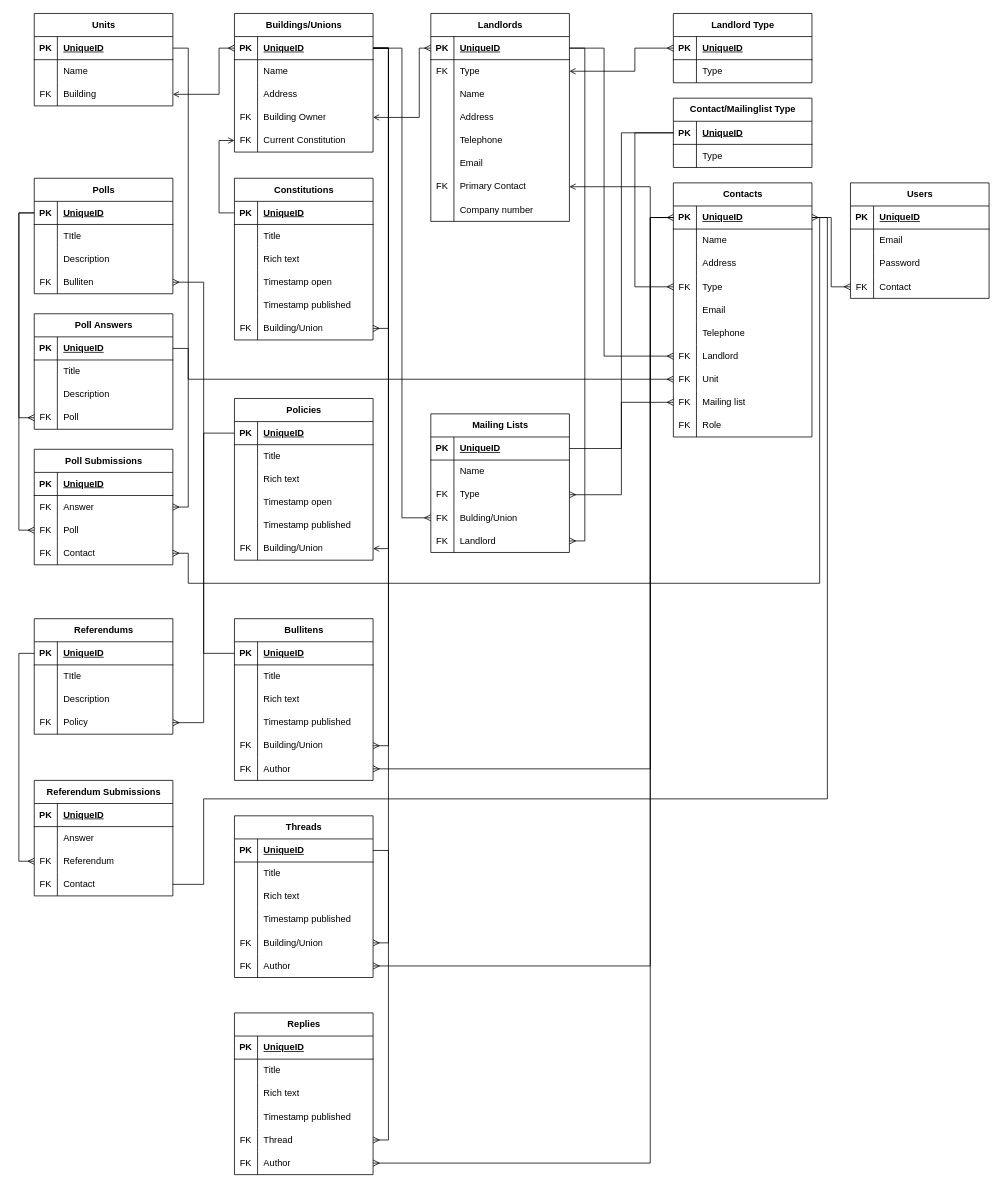
This is docs/architecture/Entity Diagram.drawio from IslayAnderson/untitled-unionisation-platform, a draw.io file, before an edit. Source tidied: cells renumbered, new cells numbered last; positions are measured from the earlier drawing's top-left corner, leaving out a move shared by most shapes. Both pictures are drawn from the tidied source at 77%, with x=0, y=0 at pixel (34, 13).
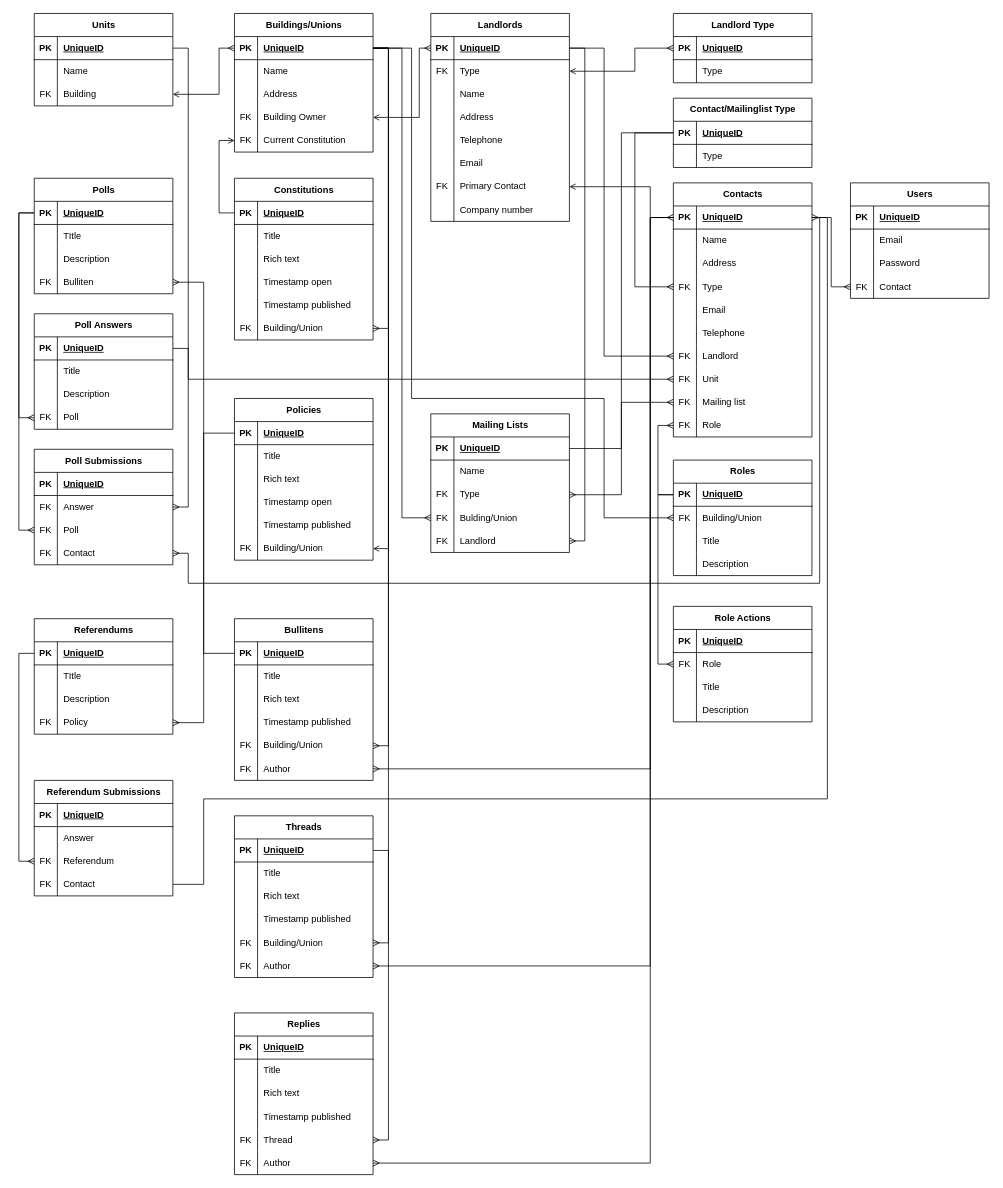
After the change.

Commit message:
roles tables

The change refers to these unchanged cells:
```xml
<mxCell id="3" style="shape=tableRow;horizontal=0;startSize=0;swimlaneHead=0;swimlaneBody=0;fillColor=none;points=[[0,0.5],[1,0.5]];portConstraint=eastwest;top=0;left=0;right=0;bottom=1;" parent="2" vertex="1">
  <mxGeometry y="30" width="180" height="30" as="geometry" />
</mxCell>
<mxCell id="71" style="shape=tableRow;horizontal=0;startSize=0;swimlaneHead=0;swimlaneBody=0;fillColor=none;points=[[0,0.5],[1,0.5]];portConstraint=eastwest;top=0;left=0;right=0;bottom=0;" parent="43" vertex="1">
  <mxGeometry y="300" width="180" height="30" as="geometry" />
</mxCell>
```

Diff of the diagram source:
```diff
@@
+    <mxCell id="316" value="Roles" style="shape=table;startSize=30;childLayout=tableLayout;rowLines=0;fontStyle=1;align=center;html=1;" parent="1" vertex="1">
+      <mxGeometry x="830" y="580" width="180" height="150" as="geometry" />
+    </mxCell>
+    <mxCell id="317" style="shape=tableRow;horizontal=0;startSize=0;swimlaneHead=0;swimlaneBody=0;fillColor=none;points=[[0,0.5],[1,0.5]];portConstraint=eastwest;top=0;left=0;right=0;bottom=1;" parent="316" vertex="1">
+      <mxGeometry y="30" width="180" height="30" as="geometry" />
+    </mxCell>
+    <mxCell id="318" value="PK" style="shape=partialRectangle;fillColor=none;top=0;left=0;bottom=0;right=0;fontStyle=1;overflow=hidden;whiteSpace=wrap;html=1;" parent="317" vertex="1">
+      <mxGeometry width="30" height="30" as="geometry" />
+    </mxCell>
+    <mxCell id="319" value="UniqueID" style="shape=partialRectangle;fillColor=none;top=0;left=0;bottom=0;right=0;align=left;spacingLeft=6;fontStyle=5;overflow=hidden;whiteSpace=wrap;html=1;" parent="317" vertex="1">
+      <mxGeometry x="30" width="150" height="30" as="geometry" />
+    </mxCell>
+    <mxCell id="320" style="shape=tableRow;horizontal=0;startSize=0;swimlaneHead=0;swimlaneBody=0;fillColor=none;points=[[0,0.5],[1,0.5]];portConstraint=eastwest;top=0;left=0;right=0;bottom=0;" parent="316" vertex="1">
+      <mxGeometry y="60" width="180" height="30" as="geometry" />
+    </mxCell>
+    <mxCell id="321" value="FK" style="shape=partialRectangle;fillColor=none;top=0;left=0;bottom=0;right=0;overflow=hidden;whiteSpace=wrap;html=1;" parent="320" vertex="1">
+      <mxGeometry width="30" height="30" as="geometry" />
+    </mxCell>
+    <mxCell id="322" value="Building/Union" style="shape=partialRectangle;fillColor=none;top=0;left=0;bottom=0;right=0;align=left;spacingLeft=6;overflow=hidden;whiteSpace=wrap;html=1;" parent="320" vertex="1">
+      <mxGeometry x="30" width="150" height="30" as="geometry" />
+    </mxCell>
+    <mxCell id="323" style="shape=tableRow;horizontal=0;startSize=0;swimlaneHead=0;swimlaneBody=0;fillColor=none;top=0;left=0;right=0;bottom=0;" parent="316" vertex="1">
+      <mxGeometry y="90" width="180" height="30" as="geometry" />
+    </mxCell>
+    <mxCell id="324" style="shape=partialRectangle;fillColor=none;top=0;left=0;bottom=0;right=0;overflow=hidden;whiteSpace=wrap;html=1;" parent="323" vertex="1">
+      <mxGeometry width="30" height="30" as="geometry" />
+    </mxCell>
+    <mxCell id="325" value="Title" style="shape=partialRectangle;fillColor=none;top=0;left=0;bottom=0;right=0;align=left;spacingLeft=6;overflow=hidden;whiteSpace=wrap;html=1;" parent="323" vertex="1">
+      <mxGeometry x="30" width="150" height="30" as="geometry" />
+    </mxCell>
+    <mxCell id="326" style="shape=tableRow;horizontal=0;startSize=0;swimlaneHead=0;swimlaneBody=0;fillColor=none;top=0;left=0;right=0;bottom=0;" parent="316" vertex="1">
+      <mxGeometry y="120" width="180" height="30" as="geometry" />
+    </mxCell>
+    <mxCell id="327" style="shape=partialRectangle;fillColor=none;top=0;left=0;bottom=0;right=0;overflow=hidden;whiteSpace=wrap;html=1;" parent="326" vertex="1">
+      <mxGeometry width="30" height="30" as="geometry" />
+    </mxCell>
+    <mxCell id="328" value="Description" style="shape=partialRectangle;fillColor=none;top=0;left=0;bottom=0;right=0;align=left;spacingLeft=6;overflow=hidden;whiteSpace=wrap;html=1;" parent="326" vertex="1">
+      <mxGeometry x="30" width="150" height="30" as="geometry" />
+    </mxCell>
+    <mxCell id="329" value="Role Actions" style="shape=table;startSize=30;childLayout=tableLayout;rowLines=0;fontStyle=1;align=center;html=1;" parent="1" vertex="1">
+      <mxGeometry x="830" y="770" width="180" height="150" as="geometry" />
+    </mxCell>
+    <mxCell id="330" style="shape=tableRow;horizontal=0;startSize=0;swimlaneHead=0;swimlaneBody=0;fillColor=none;top=0;left=0;right=0;bottom=1;" parent="329" vertex="1">
+      <mxGeometry y="30" width="180" height="30" as="geometry" />
+    </mxCell>
+    <mxCell id="331" value="PK" style="shape=partialRectangle;fillColor=none;top=0;left=0;bottom=0;right=0;fontStyle=1;overflow=hidden;whiteSpace=wrap;html=1;" parent="330" vertex="1">
+      <mxGeometry width="30" height="30" as="geometry" />
+    </mxCell>
+    <mxCell id="332" value="UniqueID" style="shape=partialRectangle;fillColor=none;top=0;left=0;bottom=0;right=0;align=left;spacingLeft=6;fontStyle=5;overflow=hidden;whiteSpace=wrap;html=1;" parent="330" vertex="1">
+      <mxGeometry x="30" width="150" height="30" as="geometry" />
+    </mxCell>
+    <mxCell id="333" style="shape=tableRow;horizontal=0;startSize=0;swimlaneHead=0;swimlaneBody=0;fillColor=none;points=[[0,0.5],[1,0.5]];portConstraint=eastwest;top=0;left=0;right=0;bottom=0;" parent="329" vertex="1">
+      <mxGeometry y="60" width="180" height="30" as="geometry" />
+    </mxCell>
+    <mxCell id="334" value="FK" style="shape=partialRectangle;fillColor=none;top=0;left=0;bottom=0;right=0;overflow=hidden;whiteSpace=wrap;html=1;" parent="333" vertex="1">
+      <mxGeometry width="30" height="30" as="geometry" />
+    </mxCell>
+    <mxCell id="335" value="Role" style="shape=partialRectangle;fillColor=none;top=0;left=0;bottom=0;right=0;align=left;spacingLeft=6;overflow=hidden;whiteSpace=wrap;html=1;" parent="333" vertex="1">
+      <mxGeometry x="30" width="150" height="30" as="geometry" />
+    </mxCell>
+    <mxCell id="336" style="shape=tableRow;horizontal=0;startSize=0;swimlaneHead=0;swimlaneBody=0;fillColor=none;top=0;left=0;right=0;bottom=0;" parent="329" vertex="1">
+      <mxGeometry y="90" width="180" height="30" as="geometry" />
+    </mxCell>
+    <mxCell id="337" style="shape=partialRectangle;fillColor=none;top=0;left=0;bottom=0;right=0;overflow=hidden;whiteSpace=wrap;html=1;" parent="336" vertex="1">
+      <mxGeometry width="30" height="30" as="geometry" />
+    </mxCell>
+    <mxCell id="338" value="Title" style="shape=partialRectangle;fillColor=none;top=0;left=0;bottom=0;right=0;align=left;spacingLeft=6;overflow=hidden;whiteSpace=wrap;html=1;" parent="336" vertex="1">
+      <mxGeometry x="30" width="150" height="30" as="geometry" />
+    </mxCell>
+    <mxCell id="339" style="shape=tableRow;horizontal=0;startSize=0;swimlaneHead=0;swimlaneBody=0;fillColor=none;top=0;left=0;right=0;bottom=0;" parent="329" vertex="1">
+      <mxGeometry y="120" width="180" height="30" as="geometry" />
+    </mxCell>
+    <mxCell id="340" style="shape=partialRectangle;fillColor=none;top=0;left=0;bottom=0;right=0;overflow=hidden;whiteSpace=wrap;html=1;" parent="339" vertex="1">
+      <mxGeometry width="30" height="30" as="geometry" />
+    </mxCell>
+    <mxCell id="341" value="Description" style="shape=partialRectangle;fillColor=none;top=0;left=0;bottom=0;right=0;align=left;spacingLeft=6;overflow=hidden;whiteSpace=wrap;html=1;" parent="339" vertex="1">
+      <mxGeometry x="30" width="150" height="30" as="geometry" />
+    </mxCell>
+    <mxCell id="342" style="edgeStyle=orthogonalEdgeStyle;rounded=0;jettySize=auto;html=1;exitX=0;exitY=0.5;exitDx=0;exitDy=0;entryX=0;entryY=0.5;entryDx=0;entryDy=0;defaultLabelBackgroundColor=page;endArrow=ERmany;endFill=0;" parent="1" edge="1" source="317" target="333">
+      <mxGeometry relative="1" as="geometry" />
+    </mxCell>
+    <mxCell id="343" style="edgeStyle=orthogonalEdgeStyle;rounded=0;jettySize=auto;html=1;exitX=0;exitY=0.5;exitDx=0;exitDy=0;entryX=0;entryY=0.5;entryDx=0;entryDy=0;defaultLabelBackgroundColor=page;endArrow=ERmany;endFill=0;" parent="1" edge="1" source="317" target="71">
+      <mxGeometry relative="1" as="geometry" />
+    </mxCell>
+    <mxCell id="344" style="edgeStyle=orthogonalEdgeStyle;rounded=0;jettySize=auto;html=1;exitX=1;exitY=0.5;exitDx=0;exitDy=0;entryX=0;entryY=0.5;entryDx=0;entryDy=0;defaultLabelBackgroundColor=page;endArrow=ERmany;endFill=0;" parent="1" edge="1" source="3" target="320">
+      <mxGeometry relative="1" as="geometry">
+        <Array as="points">
+          <mxPoint x="490" y="45" />
+          <mxPoint x="490" y="500" />
+          <mxPoint x="740" y="500" />
+          <mxPoint x="740" y="655" />
+        </Array>
+      </mxGeometry>
+    </mxCell>
```
